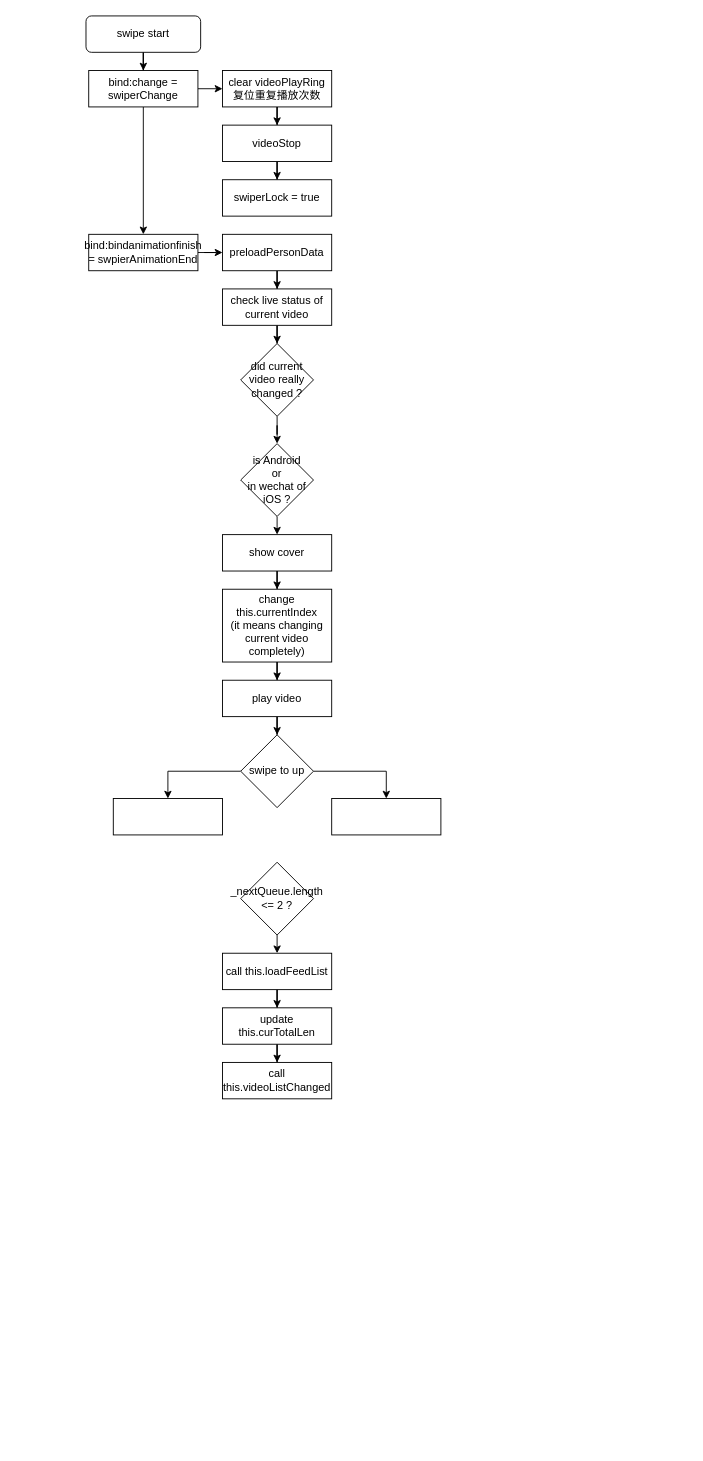
Before: page "feed - swiper" (3 of 3) of Untitled Diagram.drawio in hadeshe93/drawio, a draw.io diagram. Source tidied: cells renumbered, new cells numbered last; positions are measured from the earlier drawing's top-left corner, leaving out a move shared by most shapes. Both pictures are drawn from the tidied source at 91%, with x=0, y=0 at pixel (86, 15).
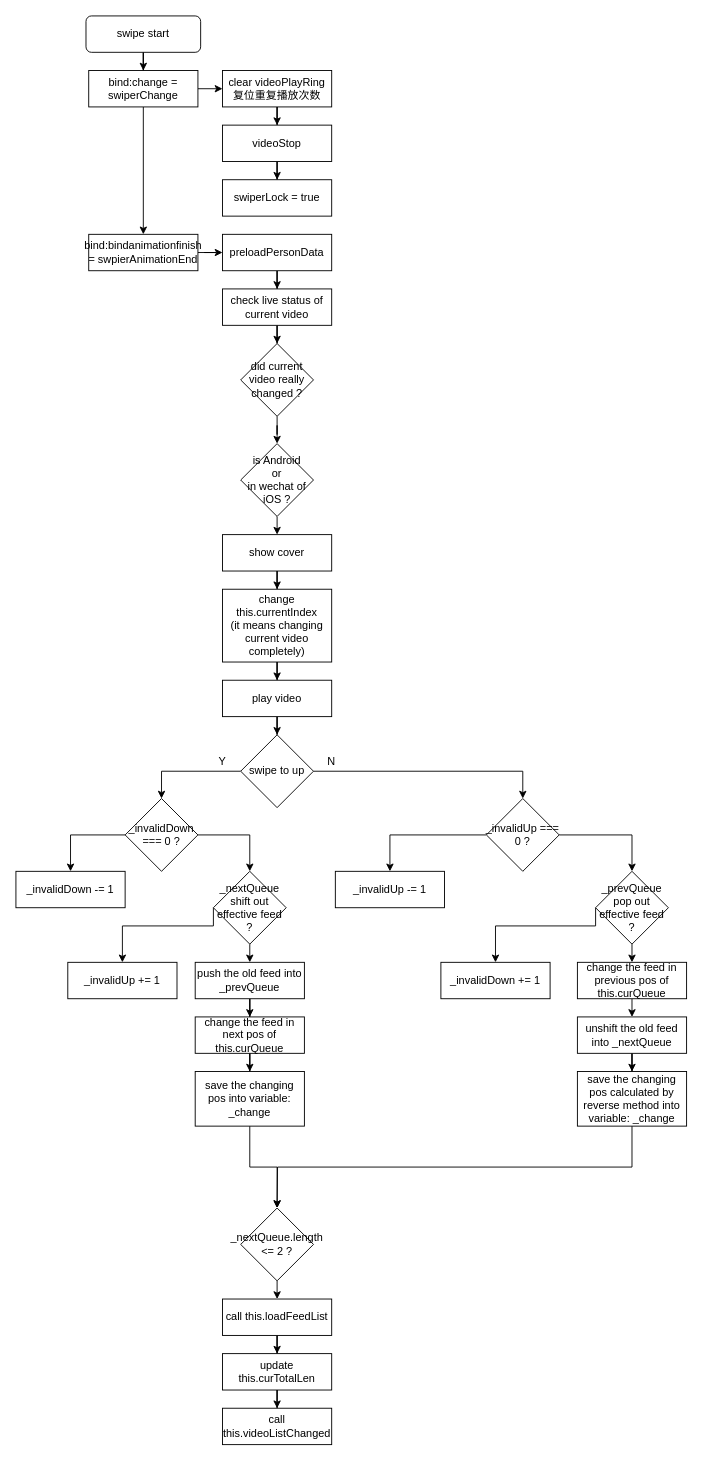
Above is the later version.

The change refers to these unchanged cells:
```xml
<mxCell id="30" value="swipe to up" style="rhombus;whiteSpace=wrap;html=1;rounded=0;" parent="1" vertex="1">
  <mxGeometry x="170" y="790" width="80" height="80" as="geometry" />
</mxCell>
```

Change to the diagram source:
```diff
@@
-    <mxCell id="28" style="edgeStyle=orthogonalEdgeStyle;rounded=0;jettySize=auto;html=1;exitX=0;exitY=0.5;exitDx=0;exitDy=0;entryX=0.5;entryY=0;entryDx=0;entryDy=0;" parent="1" edge="1" source="30" target="31">
+    <mxCell id="28" style="edgeStyle=orthogonalEdgeStyle;rounded=0;jettySize=auto;html=1;exitX=0;exitY=0.5;exitDx=0;exitDy=0;entryX=0.5;entryY=0;entryDx=0;entryDy=0;" parent="1" edge="1" source="30" target="45">
       <mxGeometry relative="1" as="geometry" />
     </mxCell>
-    <mxCell id="29" style="edgeStyle=orthogonalEdgeStyle;rounded=0;jettySize=auto;html=1;exitX=1;exitY=0.5;exitDx=0;exitDy=0;entryX=0.5;entryY=0;entryDx=0;entryDy=0;" parent="1" edge="1" source="30" target="32">
-      <mxGeometry relative="1" as="geometry" />
-    </mxCell>
@@
-    <mxCell id="31" style="rounded=0;whiteSpace=wrap;html=1;" parent="1" vertex="1">
-      <mxGeometry x="30" y="860" width="120" height="40" as="geometry" />
-    </mxCell>
-    <mxCell id="32" style="rounded=0;whiteSpace=wrap;html=1;" parent="1" vertex="1">
-      <mxGeometry x="270" y="860" width="120" height="40" as="geometry" />
-    </mxCell>
@@
     <mxCell id="34" value="_nextQueue.length &amp;lt;= 2 ?" style="rhombus;whiteSpace=wrap;html=1;rounded=0;" parent="1" vertex="1">
-      <mxGeometry x="170" y="930" width="80" height="80" as="geometry" />
+      <mxGeometry x="170" y="1310" width="80" height="80" as="geometry" />
     </mxCell>
@@
     <mxCell id="36" value="call this.loadFeedList" style="rounded=0;whiteSpace=wrap;html=1;" parent="1" vertex="1">
-      <mxGeometry x="150" y="1030" width="120" height="40" as="geometry" />
+      <mxGeometry x="150" y="1410" width="120" height="40" as="geometry" />
     </mxCell>
@@
     <mxCell id="38" value="update this.curTotalLen" style="rounded=0;whiteSpace=wrap;html=1;" parent="1" vertex="1">
-      <mxGeometry x="150" y="1090" width="120" height="40" as="geometry" />
+      <mxGeometry x="150" y="1470" width="120" height="40" as="geometry" />
     </mxCell>
     <mxCell id="39" value="call this.videoListChanged" style="rounded=0;whiteSpace=wrap;html=1;" parent="1" vertex="1">
-      <mxGeometry x="150" y="1150" width="120" height="40" as="geometry" />
+      <mxGeometry x="150" y="1530" width="120" height="40" as="geometry" />
     </mxCell>
+    <mxCell id="40" value="Y" style="text;html=1;strokeColor=none;fillColor=none;align=center;verticalAlign=middle;whiteSpace=wrap;rounded=0;" parent="1" vertex="1">
+      <mxGeometry x="130" y="810" width="40" height="20" as="geometry" />
+    </mxCell>
+    <mxCell id="41" style="edgeStyle=orthogonalEdgeStyle;rounded=0;jettySize=auto;html=1;exitX=0;exitY=1;exitDx=0;exitDy=0;" parent="1" edge="1" source="42" target="59">
+      <mxGeometry relative="1" as="geometry">
+        <Array as="points">
+          <mxPoint x="480" y="830" />
+        </Array>
+      </mxGeometry>
+    </mxCell>
+    <mxCell id="42" value="N" style="text;html=1;strokeColor=none;fillColor=none;align=center;verticalAlign=middle;whiteSpace=wrap;rounded=0;" parent="1" vertex="1">
+      <mxGeometry x="250" y="810" width="40" height="20" as="geometry" />
+    </mxCell>
+    <mxCell id="43" style="edgeStyle=orthogonalEdgeStyle;rounded=0;jettySize=auto;html=1;exitX=0;exitY=0.5;exitDx=0;exitDy=0;" parent="1" edge="1" source="45" target="49">
+      <mxGeometry relative="1" as="geometry" />
+    </mxCell>
+    <mxCell id="44" style="edgeStyle=orthogonalEdgeStyle;rounded=0;jettySize=auto;html=1;exitX=1;exitY=0.5;exitDx=0;exitDy=0;entryX=0.5;entryY=0;entryDx=0;entryDy=0;" parent="1" edge="1" source="45" target="48">
+      <mxGeometry relative="1" as="geometry" />
+    </mxCell>
+    <mxCell id="45" value="_invalidDown === 0 ?" style="rhombus;whiteSpace=wrap;html=1;rounded=0;" parent="1" vertex="1">
+      <mxGeometry x="43" y="860" width="80" height="80" as="geometry" />
+    </mxCell>
+    <mxCell id="46" style="edgeStyle=orthogonalEdgeStyle;rounded=0;jettySize=auto;html=1;exitX=0.5;exitY=1;exitDx=0;exitDy=0;entryX=0.5;entryY=0;entryDx=0;entryDy=0;" parent="1" edge="1" source="48" target="53">
+      <mxGeometry relative="1" as="geometry" />
+    </mxCell>
+    <mxCell id="47" style="edgeStyle=orthogonalEdgeStyle;rounded=0;jettySize=auto;html=1;exitX=0;exitY=0.5;exitDx=0;exitDy=0;" parent="1" edge="1" source="48" target="56">
+      <mxGeometry relative="1" as="geometry">
+        <Array as="points">
+          <mxPoint x="140" y="1000" />
+          <mxPoint x="40" y="1000" />
+        </Array>
+      </mxGeometry>
+    </mxCell>
+    <mxCell id="48" value="_nextQueue shift out effective feed ?" style="rhombus;whiteSpace=wrap;html=1;rounded=0;" parent="1" vertex="1">
+      <mxGeometry x="140" y="940" width="80" height="80" as="geometry" />
+    </mxCell>
+    <mxCell id="49" value="_invalidDown -= 1" style="rounded=0;whiteSpace=wrap;html=1;" parent="1" vertex="1">
+      <mxGeometry x="-77" y="940" width="120" height="40" as="geometry" />
+    </mxCell>
+    <mxCell id="50" style="edgeStyle=orthogonalEdgeStyle;rounded=0;jettySize=auto;html=1;exitX=0.5;exitY=1;exitDx=0;exitDy=0;" parent="1" edge="1" source="51" target="55">
+      <mxGeometry relative="1" as="geometry" />
+    </mxCell>
+    <mxCell id="51" value="change the feed in next pos of this.curQueue" style="rounded=0;whiteSpace=wrap;html=1;" parent="1" vertex="1">
+      <mxGeometry x="120" y="1100" width="120" height="40" as="geometry" />
+    </mxCell>
+    <mxCell id="52" style="edgeStyle=orthogonalEdgeStyle;rounded=0;jettySize=auto;html=1;exitX=0.5;exitY=1;exitDx=0;exitDy=0;" parent="1" edge="1" source="53" target="51">
+      <mxGeometry relative="1" as="geometry" />
+    </mxCell>
+    <mxCell id="53" value="push the old feed into _prevQueue" style="rounded=0;whiteSpace=wrap;html=1;" parent="1" vertex="1">
+      <mxGeometry x="120" y="1040" width="120" height="40" as="geometry" />
+    </mxCell>
+    <mxCell id="54" style="edgeStyle=orthogonalEdgeStyle;rounded=0;jettySize=auto;html=1;exitX=0.5;exitY=1;exitDx=0;exitDy=0;entryX=0.5;entryY=0;entryDx=0;entryDy=0;" parent="1" edge="1" source="55" target="34">
+      <mxGeometry relative="1" as="geometry" />
+    </mxCell>
+    <mxCell id="55" value="save the changing pos into variable: _change" style="rounded=0;whiteSpace=wrap;html=1;" parent="1" vertex="1">
+      <mxGeometry x="120" y="1160" width="120" height="60" as="geometry" />
+    </mxCell>
+    <mxCell id="56" value="_invalidUp += 1" style="rounded=0;whiteSpace=wrap;html=1;" parent="1" vertex="1">
+      <mxGeometry x="-20" y="1040" width="120" height="40" as="geometry" />
+    </mxCell>
+    <mxCell id="57" style="edgeStyle=orthogonalEdgeStyle;rounded=0;jettySize=auto;html=1;exitX=0;exitY=0.5;exitDx=0;exitDy=0;entryX=0.5;entryY=0;entryDx=0;entryDy=0;" parent="1" edge="1" source="59" target="60">
+      <mxGeometry relative="1" as="geometry" />
+    </mxCell>
+    <mxCell id="58" style="edgeStyle=orthogonalEdgeStyle;rounded=0;jettySize=auto;html=1;exitX=1;exitY=0.5;exitDx=0;exitDy=0;entryX=0.5;entryY=0;entryDx=0;entryDy=0;" parent="1" edge="1" source="59" target="63">
+      <mxGeometry relative="1" as="geometry" />
+    </mxCell>
+    <mxCell id="59" value="_invalidUp&amp;nbsp;=== 0 ?" style="rhombus;whiteSpace=wrap;html=1;rounded=0;" parent="1" vertex="1">
+      <mxGeometry x="440" y="860" width="80" height="80" as="geometry" />
+    </mxCell>
+    <mxCell id="60" value="_invalidUp&amp;nbsp;-= 1" style="rounded=0;whiteSpace=wrap;html=1;" parent="1" vertex="1">
+      <mxGeometry x="274" y="940" width="120" height="40" as="geometry" />
+    </mxCell>
+    <mxCell id="61" style="edgeStyle=orthogonalEdgeStyle;rounded=0;jettySize=auto;html=1;exitX=0.5;exitY=1;exitDx=0;exitDy=0;entryX=0.5;entryY=0;entryDx=0;entryDy=0;" parent="1" edge="1" source="63" target="65">
+      <mxGeometry relative="1" as="geometry" />
+    </mxCell>
+    <mxCell id="62" style="edgeStyle=orthogonalEdgeStyle;rounded=0;jettySize=auto;html=1;exitX=0;exitY=0.5;exitDx=0;exitDy=0;" parent="1" edge="1" source="63" target="70">
+      <mxGeometry relative="1" as="geometry">
+        <Array as="points">
+          <mxPoint x="560" y="1000" />
+          <mxPoint x="450" y="1000" />
+        </Array>
+      </mxGeometry>
+    </mxCell>
+    <mxCell id="63" value="_prevQueue pop out effective feed ?" style="rhombus;whiteSpace=wrap;html=1;rounded=0;" parent="1" vertex="1">
+      <mxGeometry x="560" y="940" width="80" height="80" as="geometry" />
+    </mxCell>
+    <mxCell id="64" style="edgeStyle=orthogonalEdgeStyle;rounded=0;jettySize=auto;html=1;exitX=0.5;exitY=1;exitDx=0;exitDy=0;entryX=0.5;entryY=0;entryDx=0;entryDy=0;" parent="1" edge="1" source="65" target="67">
+      <mxGeometry relative="1" as="geometry" />
+    </mxCell>
+    <mxCell id="65" value="change the feed in previous pos of this.curQueue" style="rounded=0;whiteSpace=wrap;html=1;" parent="1" vertex="1">
+      <mxGeometry x="540" y="1040" width="120" height="40" as="geometry" />
+    </mxCell>
+    <mxCell id="66" style="edgeStyle=orthogonalEdgeStyle;rounded=0;jettySize=auto;html=1;exitX=0.5;exitY=1;exitDx=0;exitDy=0;" parent="1" edge="1" source="67" target="69">
+      <mxGeometry relative="1" as="geometry" />
+    </mxCell>
+    <mxCell id="67" value="unshift the old feed into _nextQueue" style="rounded=0;whiteSpace=wrap;html=1;" parent="1" vertex="1">
+      <mxGeometry x="540" y="1100" width="120" height="40" as="geometry" />
+    </mxCell>
+    <mxCell id="68" style="edgeStyle=orthogonalEdgeStyle;rounded=0;jettySize=auto;html=1;exitX=0.5;exitY=1;exitDx=0;exitDy=0;" parent="1" edge="1" source="69">
+      <mxGeometry relative="1" as="geometry">
+        <mxPoint x="210" y="1310" as="targetPoint" />
+      </mxGeometry>
+    </mxCell>
+    <mxCell id="69" value="save the changing pos calculated by reverse method into variable: _change" style="rounded=0;whiteSpace=wrap;html=1;" parent="1" vertex="1">
+      <mxGeometry x="540" y="1160" width="120" height="60" as="geometry" />
+    </mxCell>
+    <mxCell id="70" value="_invalidDown += 1" style="rounded=0;whiteSpace=wrap;html=1;" parent="1" vertex="1">
+      <mxGeometry x="390" y="1040" width="120" height="40" as="geometry" />
+    </mxCell>
```
